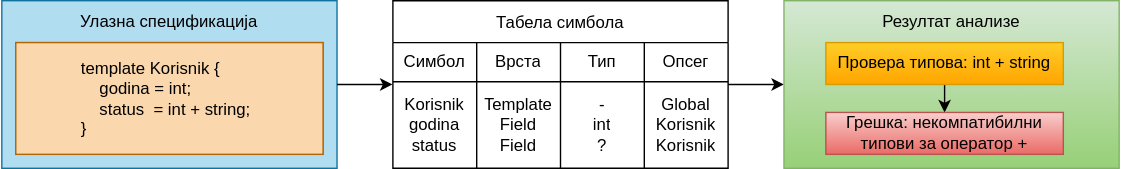
Before: slike/semanticka_analiza.svg, a diagram exported from draw.io (lazarnagulov/bachelor-thesis). Source tidied: cells renumbered, new cells last; positions are measured from the earlier drawing's top-left corner, leaving out a move shared by most shapes. The source it was exported from:
```xml
<mxGraphModel>
  <root>
    <mxCell id="0" />
    <mxCell id="1" parent="0" />
    <mxCell id="2" style="edgeStyle=orthogonalEdgeStyle;rounded=0;jettySize=auto;html=1;entryX=0;entryY=0.5;entryDx=0;entryDy=0;" parent="1" edge="1" source="3" target="17">
      <mxGeometry relative="1" as="geometry" />
    </mxCell>
    <mxCell id="3" value="Табела симбола" style="shape=table;startSize=30;fixedHeader=1;" parent="1" vertex="1">
      <mxGeometry x="280" width="240" height="120" as="geometry" />
    </mxCell>
    <mxCell id="4" style="shape=tableRow;horizontal=0;startSize=0;swimlaneHead=0;swimlaneBody=0;strokeColor=inherit;top=0;left=0;bottom=0;right=0;fillColor=none;fixedHeader=1;" parent="3" vertex="1">
      <mxGeometry y="30" width="240" height="28" as="geometry" />
    </mxCell>
    <mxCell id="5" value="Симбол" style="shape=partialRectangle;html=1;whiteSpace=wrap;strokeColor=inherit;overflow=hidden;fillColor=none;top=0;left=0;bottom=0;right=0;" parent="4" vertex="1">
      <mxGeometry width="60" height="28" as="geometry" />
    </mxCell>
    <mxCell id="6" value="Врста" style="shape=partialRectangle;html=1;whiteSpace=wrap;strokeColor=inherit;overflow=hidden;fillColor=none;top=0;left=0;bottom=0;right=0;" parent="4" vertex="1">
      <mxGeometry x="60" width="60" height="28" as="geometry" />
    </mxCell>
    <mxCell id="7" value="Тип" style="shape=partialRectangle;html=1;whiteSpace=wrap;strokeColor=inherit;overflow=hidden;fillColor=none;top=0;left=0;bottom=0;right=0;" parent="4" vertex="1">
      <mxGeometry x="120" width="60" height="28" as="geometry" />
    </mxCell>
    <mxCell id="8" value="Опсег" style="shape=partialRectangle;html=1;whiteSpace=wrap;strokeColor=inherit;overflow=hidden;fillColor=none;top=0;left=0;bottom=0;right=0;" parent="4" vertex="1">
      <mxGeometry x="180" width="60" height="28" as="geometry" />
    </mxCell>
    <mxCell id="9" style="shape=tableRow;horizontal=0;startSize=0;swimlaneHead=0;swimlaneBody=0;strokeColor=inherit;top=0;left=0;bottom=0;right=0;fillColor=none;points=[[0,0.5],[1,0.5]];portConstraint=eastwest;fixedHeader=1;" parent="3" vertex="1">
      <mxGeometry y="58" width="240" height="62" as="geometry" />
    </mxCell>
    <mxCell id="10" value="Korisnik&lt;div&gt;godina&lt;/div&gt;&lt;div&gt;status&lt;/div&gt;" style="shape=partialRectangle;html=1;whiteSpace=wrap;strokeColor=inherit;overflow=hidden;fillColor=none;top=0;left=0;bottom=0;right=0;" parent="9" vertex="1">
      <mxGeometry width="60" height="62" as="geometry" />
    </mxCell>
    <mxCell id="11" value="Template&lt;div&gt;Field&lt;/div&gt;&lt;div&gt;Field&lt;/div&gt;" style="shape=partialRectangle;html=1;whiteSpace=wrap;strokeColor=inherit;overflow=hidden;fillColor=none;top=0;left=0;bottom=0;right=0;" parent="9" vertex="1">
      <mxGeometry x="60" width="60" height="62" as="geometry" />
    </mxCell>
    <mxCell id="12" value="-&lt;div&gt;int&lt;/div&gt;&lt;div&gt;?&lt;/div&gt;" style="shape=partialRectangle;html=1;whiteSpace=wrap;strokeColor=inherit;overflow=hidden;fillColor=none;top=0;left=0;bottom=0;right=0;" parent="9" vertex="1">
      <mxGeometry x="120" width="60" height="62" as="geometry" />
    </mxCell>
    <mxCell id="13" value="Global&lt;div&gt;Korisnik&lt;/div&gt;&lt;div&gt;Korisnik&lt;/div&gt;" style="shape=partialRectangle;html=1;whiteSpace=wrap;strokeColor=inherit;overflow=hidden;fillColor=none;top=0;left=0;bottom=0;right=0;" parent="9" vertex="1">
      <mxGeometry x="180" width="60" height="62" as="geometry" />
    </mxCell>
    <mxCell id="14" style="rounded=0;whiteSpace=wrap;html=1;fillColor=#b1ddf0;strokeColor=#10739e;" parent="1" vertex="1">
      <mxGeometry width="240" height="120" as="geometry" />
    </mxCell>
    <mxCell id="15" value="Улазна спецификација" style="text;html=1;whiteSpace=wrap;strokeColor=none;fillColor=none;align=center;verticalAlign=middle;rounded=0;" parent="1" vertex="1">
      <mxGeometry width="240" height="30" as="geometry" />
    </mxCell>
    <mxCell id="16" style="edgeStyle=orthogonalEdgeStyle;rounded=0;jettySize=auto;html=1;entryX=-0.001;entryY=0.032;entryDx=0;entryDy=0;entryPerimeter=0;" parent="1" edge="1" source="14" target="9">
      <mxGeometry relative="1" as="geometry" />
    </mxCell>
    <mxCell id="17" style="rounded=0;whiteSpace=wrap;html=1;fillColor=#d5e8d4;strokeColor=#82b366;gradientColor=#97d077;" parent="1" vertex="1">
      <mxGeometry x="560" width="240" height="120" as="geometry" />
    </mxCell>
    <mxCell id="18" value="Резултат анализе" style="text;html=1;whiteSpace=wrap;strokeColor=none;fillColor=none;align=center;verticalAlign=middle;rounded=0;" parent="1" vertex="1">
      <mxGeometry x="560" width="240" height="30" as="geometry" />
    </mxCell>
    <mxCell id="19" style="edgeStyle=orthogonalEdgeStyle;rounded=0;jettySize=auto;html=1;exitX=0.5;exitY=1;exitDx=0;exitDy=0;entryX=0.5;entryY=0;entryDx=0;entryDy=0;" parent="1" edge="1" source="20" target="21">
      <mxGeometry relative="1" as="geometry" />
    </mxCell>
    <mxCell id="20" value="Провера типова:&amp;nbsp;&lt;span style=&quot;background-color: transparent; color: light-dark(rgb(0, 0, 0), rgb(255, 255, 255));&quot;&gt;int + string&lt;/span&gt;" style="rounded=0;whiteSpace=wrap;html=1;fillColor=#ffcd28;gradientColor=#ffa500;strokeColor=#d79b00;" parent="1" vertex="1">
      <mxGeometry x="590" y="30" width="170" height="30" as="geometry" />
    </mxCell>
    <mxCell id="21" value="Грешка: некомпатибилни типови за оператор +" style="rounded=0;whiteSpace=wrap;html=1;fillColor=#f8cecc;gradientColor=#ea6b66;strokeColor=#b85450;" parent="1" vertex="1">
      <mxGeometry x="590" y="80" width="170" height="30" as="geometry" />
    </mxCell>
    <mxCell id="22" style="group;fillColor=#fad7ac;strokeColor=#b46504;" parent="1" vertex="1">
      <mxGeometry x="10" y="30" width="220" height="80" as="geometry" />
    </mxCell>
    <mxCell id="23" style="rounded=0;whiteSpace=wrap;html=1;fillColor=#fad7ac;strokeColor=#b46504;" parent="22" vertex="1">
      <mxGeometry width="220" height="80" as="geometry" />
    </mxCell>
    <mxCell id="24" value="&lt;div style=&quot;&quot;&gt;&lt;span style=&quot;background-color: transparent; color: light-dark(rgb(0, 0, 0), rgb(255, 255, 255));&quot;&gt;template Korisnik {&lt;/span&gt;&lt;/div&gt;&lt;div style=&quot;&quot;&gt;&amp;nbsp; &amp;nbsp; godina = int;&lt;/div&gt;&lt;div style=&quot;&quot;&gt;&amp;nbsp; &amp;nbsp; status&amp;nbsp; = int + string;&amp;nbsp;&lt;br&gt;&lt;/div&gt;&lt;div style=&quot;&quot;&gt;}&lt;/div&gt;" style="text;html=1;whiteSpace=wrap;strokeColor=none;fillColor=none;align=left;verticalAlign=middle;rounded=0;" parent="22" vertex="1">
      <mxGeometry x="45" width="130" height="80" as="geometry" />
    </mxCell>
  </root>
</mxGraphModel>
```
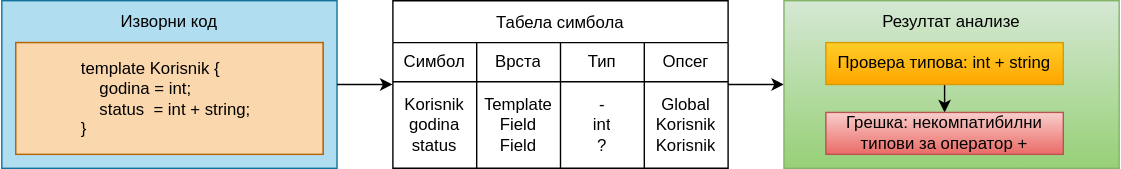
Later version of the same file.

What changed in the source:
```diff
@@ -41,7 +41,7 @@
     <mxCell id="14" style="rounded=0;whiteSpace=wrap;html=1;fillColor=#b1ddf0;strokeColor=#10739e;" parent="1" vertex="1">
       <mxGeometry width="240" height="120" as="geometry" />
     </mxCell>
-    <mxCell id="15" value="Улазна спецификација" style="text;html=1;whiteSpace=wrap;strokeColor=none;fillColor=none;align=center;verticalAlign=middle;rounded=0;" parent="1" vertex="1">
+    <mxCell id="15" value="Изворни код" style="text;html=1;whiteSpace=wrap;strokeColor=none;fillColor=none;align=center;verticalAlign=middle;rounded=0;" parent="1" vertex="1">
       <mxGeometry width="240" height="30" as="geometry" />
     </mxCell>
     <mxCell id="16" style="edgeStyle=orthogonalEdgeStyle;rounded=0;jettySize=auto;html=1;entryX=-0.001;entryY=0.032;entryDx=0;entryDy=0;entryPerimeter=0;" parent="1" edge="1" source="14" target="9">
```
